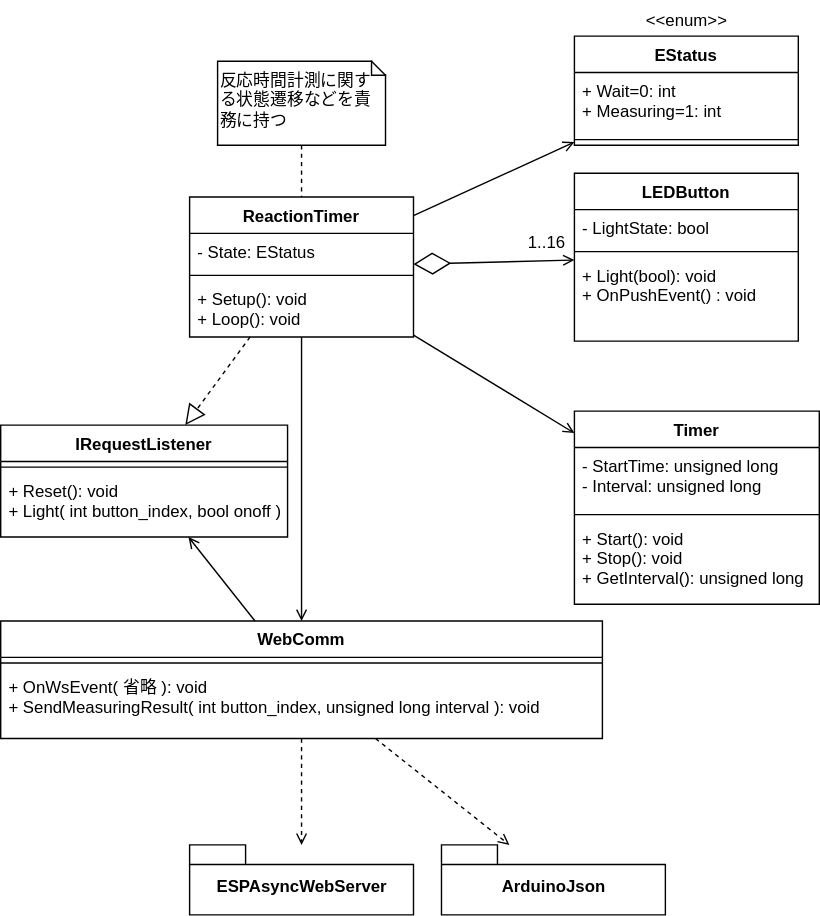
Earlier version of the draw.io export images/ボタン制御クラス図.drawio.svg (hajimesat0/feather-legs-trainer). Source tidied: cells renumbered, new cells last; positions are measured from the earlier drawing's top-left corner, leaving out a move shared by most shapes.
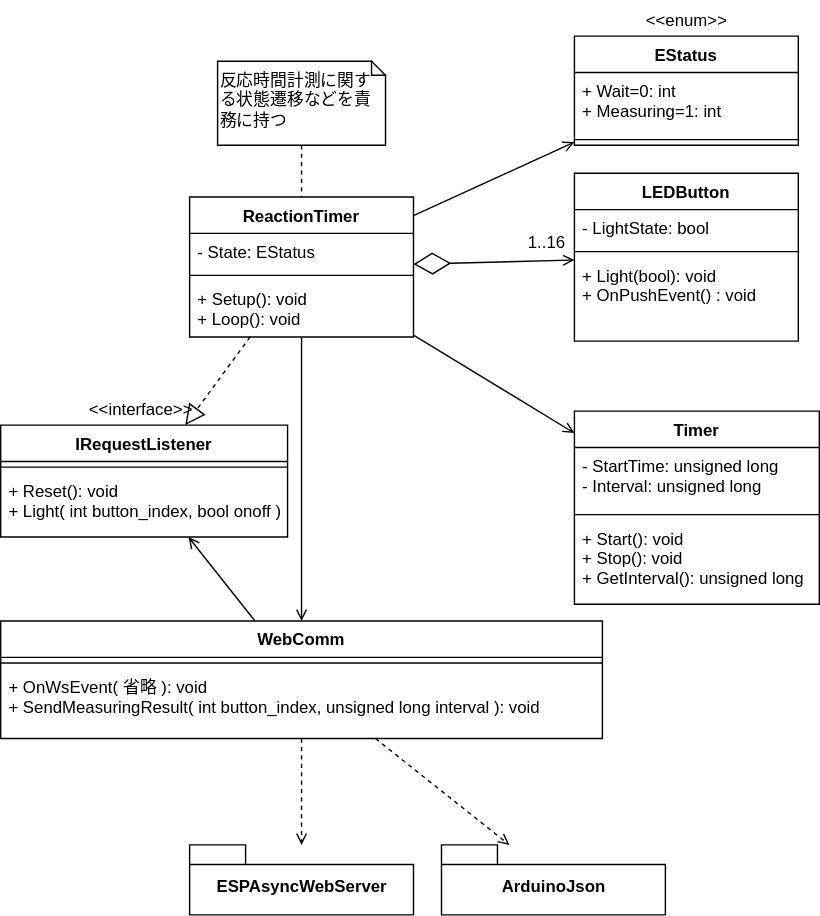
Above is the later version.

Commit message:
interfaceのステレオタイプのつけ忘れを修正

Change to the diagram source:
```diff
@@ -125,5 +125,8 @@
     <mxCell id="42" style="endArrow=open;html=1;endFill=0;" parent="1" edge="1" source="6" target="23">
       <mxGeometry relative="1" as="geometry" />
     </mxCell>
+    <mxCell id="43" value="&amp;lt;&amp;lt;interface&amp;gt;&amp;gt;" style="text;html=1;align=center;" parent="1" vertex="1">
+      <mxGeometry x="5" y="278" width="190" height="25" as="geometry" />
+    </mxCell>
   </root>
 </mxGraphModel>
```
